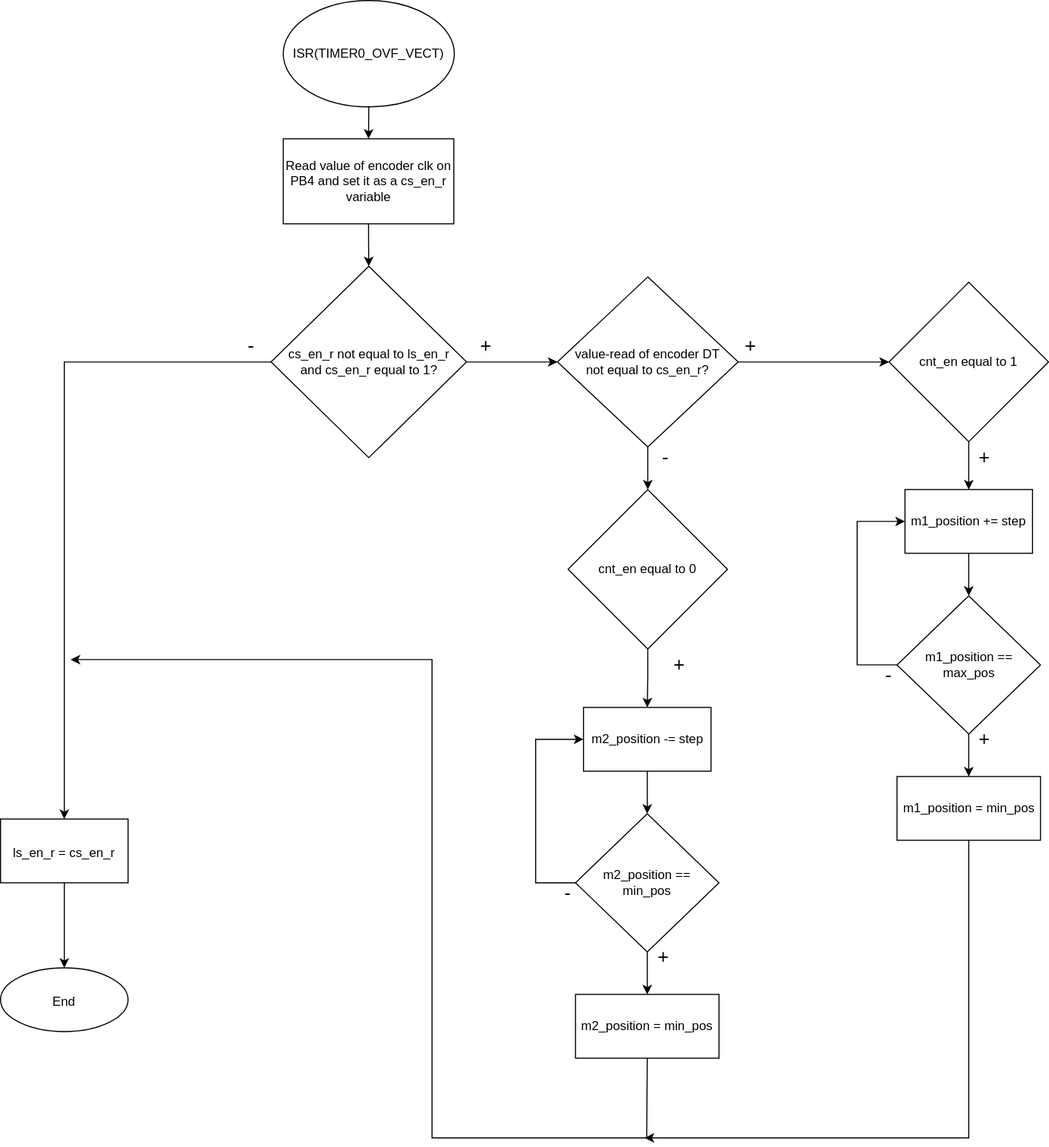
Earlier version of the draw.io export projects/project2/rotating_servos.drawio.svg (OndraFoltyn/digital-electronics-2). Source tidied: cells renumbered, new cells last; positions are measured from the earlier drawing's top-left corner, leaving out a move shared by most shapes.
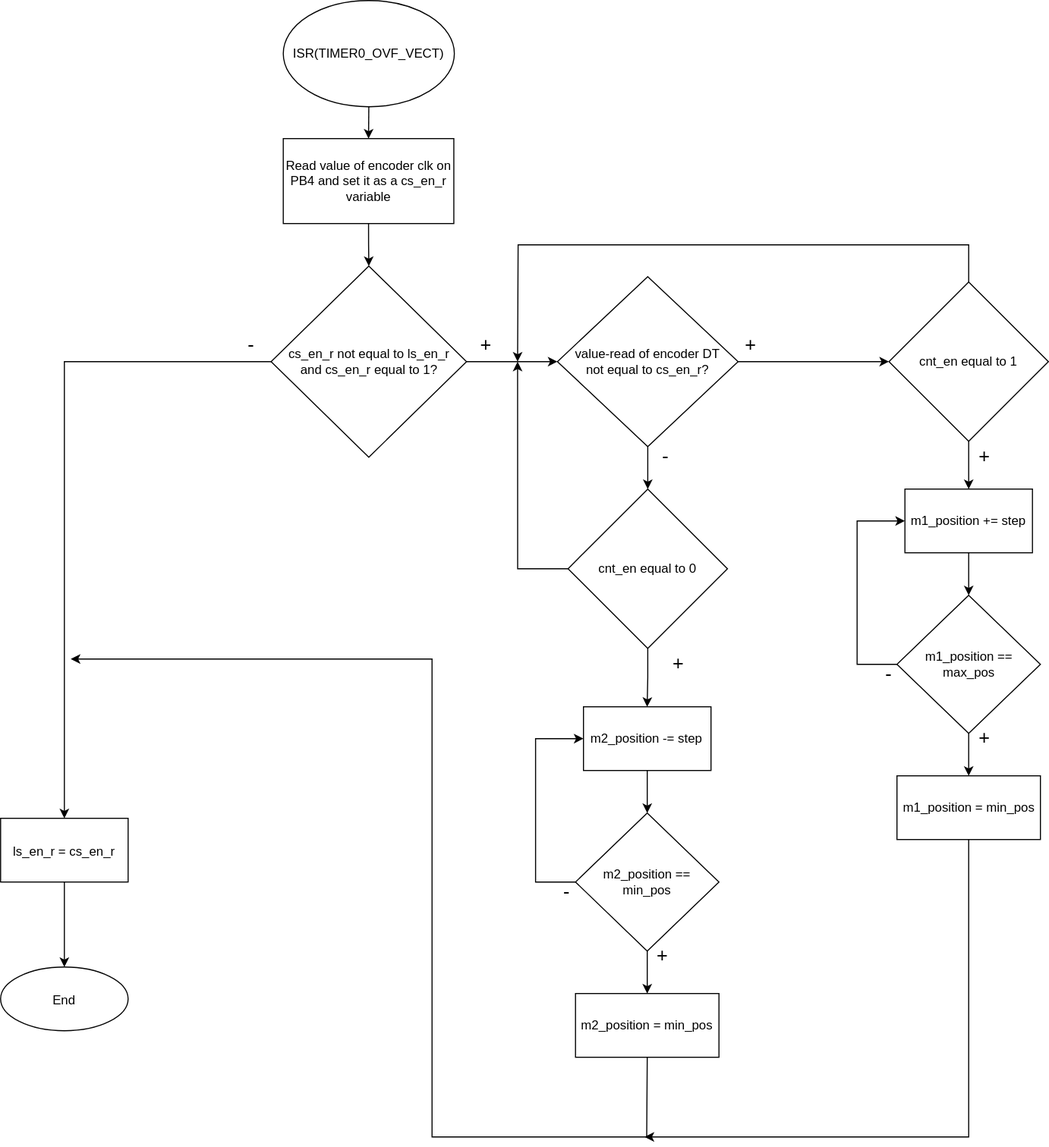
The same file after the commit.

Change to the diagram source:
```diff
@@ -56,6 +56,9 @@
     <mxCell id="19" value="&lt;span style=&quot;font-size: 18px;&quot;&gt;+&lt;/span&gt;" style="text;html=1;strokeColor=none;fillColor=none;align=center;verticalAlign=middle;whiteSpace=wrap;rounded=0;" parent="1" vertex="1">
       <mxGeometry x="676" y="310" width="60" height="30" as="geometry" />
     </mxCell>
+    <mxCell id="45" style="edgeStyle=orthogonalEdgeStyle;rounded=0;jettySize=auto;html=1;exitX=0;exitY=0.5;exitDx=0;exitDy=0;entryX=1;entryY=1;entryDx=0;entryDy=0;" parent="1" edge="1" source="20" target="16">
+      <mxGeometry relative="1" as="geometry" />
+    </mxCell>
     <mxCell id="20" value="cnt_en equal to 0" style="rhombus;whiteSpace=wrap;html=1;" parent="1" vertex="1">
       <mxGeometry x="534" y="460" width="150" height="150" as="geometry" />
     </mxCell>
@@ -156,5 +159,13 @@
         </Array>
       </mxGeometry>
     </mxCell>
+    <mxCell id="46" style="endArrow=classic;html=1;rounded=0;exitX=0.5;exitY=0;exitDx=0;exitDy=0;entryX=1;entryY=1;entryDx=0;entryDy=0;" parent="1" edge="1" source="18" target="16">
+      <mxGeometry relative="1" as="geometry">
+        <Array as="points">
+          <mxPoint x="911" y="230" />
+          <mxPoint x="487" y="230" />
+        </Array>
+      </mxGeometry>
+    </mxCell>
   </root>
 </mxGraphModel>
```
